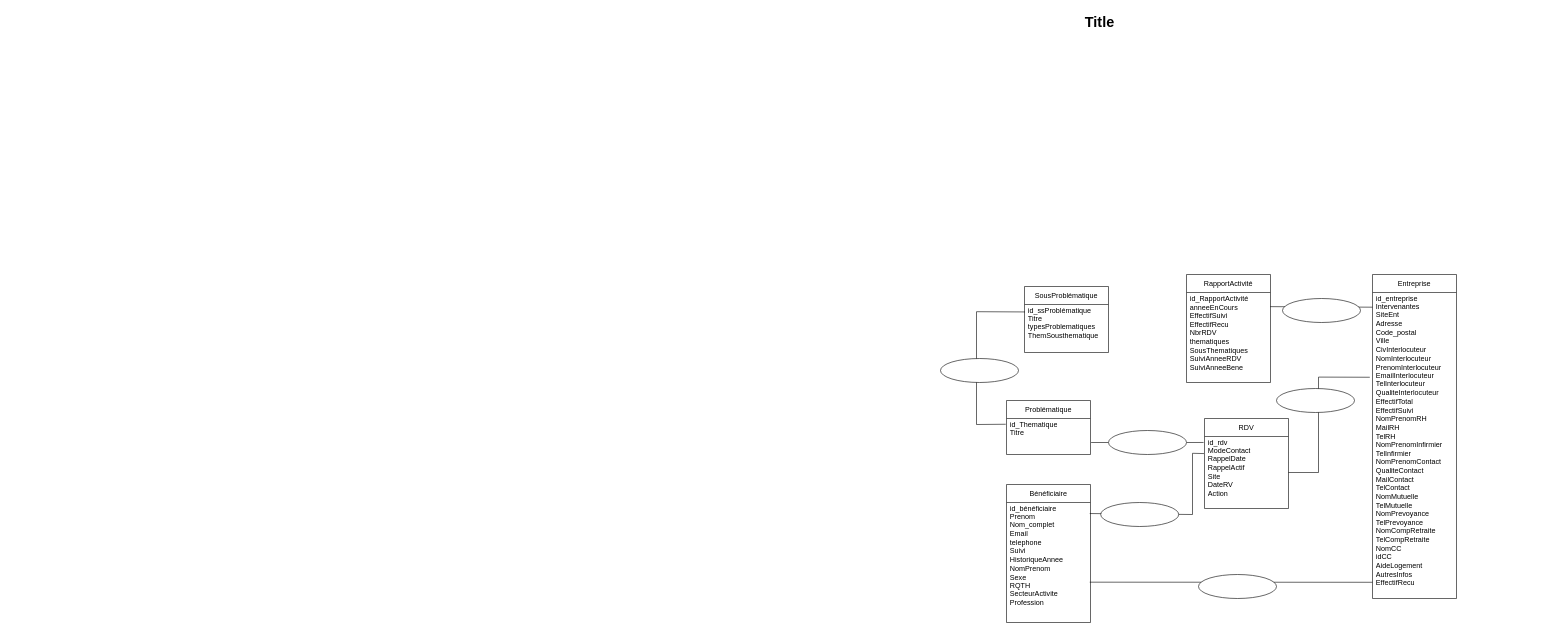
Above: mcd.drawio in lttlekiwi/diagramme (draw.io), before the change. Source tidied: cells renumbered, new cells numbered last; positions are measured from the earlier drawing's top-left corner, leaving out a move shared by most shapes. Both pictures are drawn from the tidied source at 60%, with x=0, y=0 at pixel (646, 10).
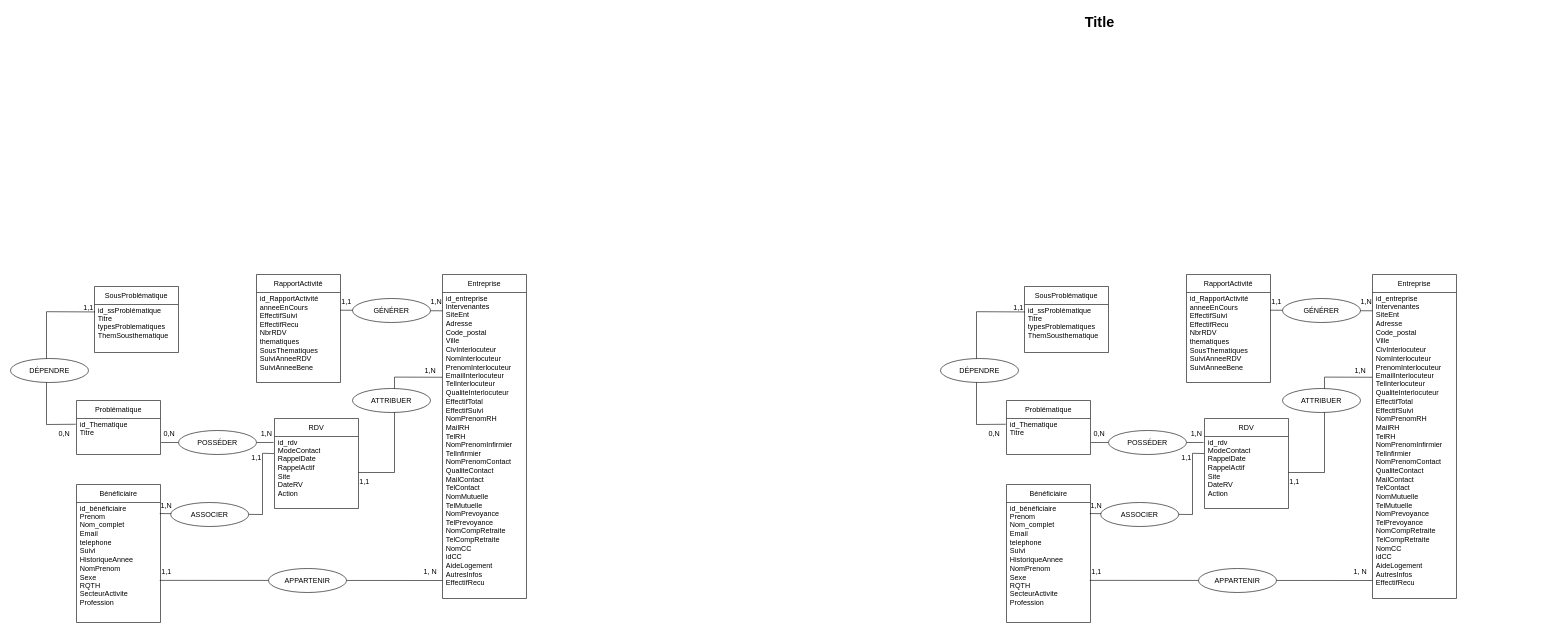
The same page after the edit.

Commit message:
Mettre à jour mcd.drawio

Unchanged cells that the change refers to:
```xml
<mxCell id="4" value="&lt;div&gt;id_rdv&lt;/div&gt;&lt;div&gt;ModeContact&lt;/div&gt;&lt;div&gt;RappelDate&lt;/div&gt;&lt;div&gt;RappelActif&lt;/div&gt;&lt;div&gt;Site&lt;/div&gt;&lt;div&gt;DateRV&lt;/div&gt;&lt;div&gt;Action&lt;/div&gt;&lt;div&gt;&lt;br&gt;&lt;/div&gt;&lt;div&gt;&lt;br&gt;&lt;/div&gt;" style="text;strokeColor=none;fillColor=none;align=left;verticalAlign=middle;spacingLeft=4;spacingRight=4;overflow=hidden;points=[[0,0.5],[1,0.5]];portConstraint=eastwest;whiteSpace=wrap;html=1;" parent="3" vertex="1">
  <mxGeometry y="30" width="140" height="120" as="geometry" />
</mxCell>
<mxCell id="10" value="id_entreprise&lt;div&gt;Intervenantes&lt;/div&gt;&lt;div&gt;SiteEnt&lt;/div&gt;&lt;div&gt;Adresse&lt;/div&gt;&lt;div&gt;Code_postal&lt;/div&gt;&lt;div&gt;Ville&lt;/div&gt;&lt;div&gt;CivInterlocuteur&lt;/div&gt;&lt;div&gt;NomInterlocuteur&lt;/div&gt;&lt;div&gt;PrenomInterlocuteur&lt;/div&gt;&lt;div&gt;&lt;span style=&quot;background-color: initial;&quot;&gt;EmailInterlocuteur&lt;/span&gt;&lt;/div&gt;&lt;div&gt;&lt;span style=&quot;background-color: initial;&quot;&gt;TelInterlocuteur&lt;/span&gt;&lt;/div&gt;&lt;div&gt;QualiteInterlocuteur&lt;/div&gt;&lt;div&gt;EffectifTotal&lt;/div&gt;&lt;div&gt;EffectifSuivi&lt;/div&gt;&lt;div&gt;NomPrenomRH&lt;/div&gt;&lt;div&gt;MailRH&lt;/div&gt;&lt;div&gt;TelRH&lt;/div&gt;&lt;div&gt;NomPrenomInfirmier&lt;/div&gt;&lt;div&gt;TelInfirmier&lt;/div&gt;&lt;div&gt;NomPrenomContact&lt;/div&gt;&lt;div&gt;QualiteContact&lt;/div&gt;&lt;div&gt;MailContact&lt;/div&gt;&lt;div&gt;TelContact&lt;/div&gt;&lt;div&gt;NomMutuelle&lt;/div&gt;&lt;div&gt;TelMutuelle&lt;/div&gt;&lt;div&gt;NomPrevoyance&lt;/div&gt;&lt;div&gt;TelPrevoyance&lt;/div&gt;&lt;div&gt;NomCompRetraite&lt;/div&gt;&lt;div&gt;TelCompRetraite&lt;/div&gt;&lt;div&gt;NomCC&lt;/div&gt;&lt;div&gt;idCC&lt;/div&gt;&lt;div&gt;AideLogement&lt;/div&gt;&lt;div&gt;AutresInfos&lt;/div&gt;&lt;div&gt;EffectifRecu&lt;/div&gt;&lt;div&gt;&lt;br&gt;&lt;/div&gt;&lt;div&gt;&lt;br&gt;&lt;/div&gt;&lt;div&gt;&lt;br&gt;&lt;/div&gt;" style="text;strokeColor=none;fillColor=none;align=left;verticalAlign=middle;spacingLeft=4;spacingRight=4;overflow=hidden;points=[[0,0.5],[1,0.5]];portConstraint=eastwest;whiteSpace=wrap;html=1;" parent="9" vertex="1">
  <mxGeometry y="30" width="140" height="510" as="geometry" />
</mxCell>
<mxCell id="12" value="id_bénéficiaire&lt;div&gt;Prenom&lt;/div&gt;&lt;div&gt;Nom_complet&lt;/div&gt;&lt;div&gt;Email&lt;/div&gt;&lt;div&gt;telephone&lt;/div&gt;&lt;div&gt;Suivi&lt;/div&gt;&lt;div&gt;HistoriqueAnnee&lt;/div&gt;&lt;div&gt;NomPrenom&lt;/div&gt;&lt;div&gt;Sexe&lt;/div&gt;&lt;div&gt;RQTH&lt;/div&gt;&lt;div&gt;SecteurActivite&lt;/div&gt;&lt;div&gt;Profession&lt;/div&gt;&lt;div&gt;&lt;br&gt;&lt;/div&gt;&lt;div&gt;&lt;br&gt;&lt;/div&gt;&lt;div&gt;&lt;br&gt;&lt;/div&gt;" style="text;strokeColor=none;fillColor=none;align=left;verticalAlign=middle;spacingLeft=4;spacingRight=4;overflow=hidden;points=[[0,0.5],[1,0.5]];portConstraint=eastwest;whiteSpace=wrap;html=1;" parent="11" vertex="1">
  <mxGeometry y="30" width="140" height="200" as="geometry" />
</mxCell>
<mxCell id="14" value="id_RapportActivité&lt;div&gt;anneeEnCours&lt;/div&gt;&lt;div&gt;EffectifSuivi&lt;/div&gt;&lt;div&gt;EffectifRecu&lt;/div&gt;&lt;div&gt;NbrRDV&lt;/div&gt;&lt;div&gt;thematiques&lt;/div&gt;&lt;div&gt;SousThematiques&lt;/div&gt;&lt;div&gt;SuiviAnneeRDV&lt;/div&gt;&lt;div&gt;SuiviAnneeBene&lt;/div&gt;&lt;div&gt;&lt;br&gt;&lt;/div&gt;" style="text;strokeColor=none;fillColor=none;align=left;verticalAlign=middle;spacingLeft=4;spacingRight=4;overflow=hidden;points=[[0,0.5],[1,0.5]];portConstraint=eastwest;whiteSpace=wrap;html=1;" parent="13" vertex="1">
  <mxGeometry y="30" width="140" height="150" as="geometry" />
</mxCell>
```

Diff of the diagram source:
```diff
@@
-    <mxCell id="15" style="endArrow=none;html=1;rounded=0;entryX=0.997;entryY=0.157;entryDx=0;entryDy=0;entryPerimeter=0;exitX=0;exitY=0.048;exitDx=0;exitDy=0;exitPerimeter=0;" parent="1" edge="1" source="10" target="14">
-      <mxGeometry relative="1" as="geometry" />
+    <mxCell id="15" style="endArrow=none;html=1;rounded=0;entryX=0.997;entryY=0.157;entryDx=0;entryDy=0;entryPerimeter=0;exitX=0;exitY=0.048;exitDx=0;exitDy=0;exitPerimeter=0;" parent="1" edge="1">
+      <mxGeometry relative="1" as="geometry">
+        <mxPoint x="1210" y="500.5" as="sourcePoint" />
+        <mxPoint x="1039.6" y="499.5" as="targetPoint" />
+      </mxGeometry>
     </mxCell>
-    <mxCell id="16" style="endArrow=none;html=1;rounded=0;entryX=0;entryY=0.947;entryDx=0;entryDy=0;entryPerimeter=0;exitX=0.991;exitY=0.664;exitDx=0;exitDy=0;exitPerimeter=0;" parent="1" edge="1" source="12" target="10">
-      <mxGeometry relative="1" as="geometry" />
+    <mxCell id="16" style="endArrow=none;html=1;rounded=0;entryX=0;entryY=0.947;entryDx=0;entryDy=0;entryPerimeter=0;exitX=0.991;exitY=0.664;exitDx=0;exitDy=0;exitPerimeter=0;" parent="1" edge="1">
+      <mxGeometry relative="1" as="geometry">
+        <mxPoint x="738.7" y="949.8" as="sourcePoint" />
+        <mxPoint x="1210" y="950" as="targetPoint" />
+      </mxGeometry>
     </mxCell>
@@
-    <mxCell id="20" style="endArrow=none;html=1;rounded=0;entryX=-0.032;entryY=0.277;entryDx=0;entryDy=0;entryPerimeter=0;exitX=1;exitY=0.5;exitDx=0;exitDy=0;" parent="1" edge="1" source="4" target="10">
+    <mxCell id="20" style="endArrow=none;html=1;rounded=0;entryX=-0.004;entryY=0.277;entryDx=0;entryDy=0;entryPerimeter=0;exitX=1;exitY=0.5;exitDx=0;exitDy=0;" parent="1" edge="1" source="4" target="10">
       <mxGeometry relative="1" as="geometry">
         <Array as="points">
-          <mxPoint x="1120" y="770" />
-          <mxPoint x="1120" y="611" />
+          <mxPoint x="1130" y="770" />
+          <mxPoint x="1130" y="611" />
         </Array>
       </mxGeometry>
     </mxCell>
-    <mxCell id="21" style="ellipse;whiteSpace=wrap;html=1;" parent="1" vertex="1">
+    <mxCell id="21" value="DÉPENDRE" style="ellipse;whiteSpace=wrap;html=1;" parent="1" vertex="1">
       <mxGeometry x="490" y="580" width="130" height="40" as="geometry" />
     </mxCell>
-    <mxCell id="22" style="ellipse;whiteSpace=wrap;html=1;" parent="1" vertex="1">
+    <mxCell id="22" value="GÉNÉRER" style="ellipse;whiteSpace=wrap;html=1;" parent="1" vertex="1">
       <mxGeometry x="1060" y="480" width="130" height="40" as="geometry" />
     </mxCell>
-    <mxCell id="23" style="ellipse;whiteSpace=wrap;html=1;" parent="1" vertex="1">
-      <mxGeometry x="1050" y="630" width="130" height="40" as="geometry" />
+    <mxCell id="23" value="ATTRIBUER" style="ellipse;whiteSpace=wrap;html=1;" parent="1" vertex="1">
+      <mxGeometry x="1060" y="630" width="130" height="40" as="geometry" />
     </mxCell>
-    <mxCell id="24" style="ellipse;whiteSpace=wrap;html=1;" parent="1" vertex="1">
-      <mxGeometry x="920" y="940" width="130" height="40" as="geometry" />
+    <mxCell id="24" value="APPARTENIR" style="ellipse;whiteSpace=wrap;html=1;" parent="1" vertex="1">
+      <mxGeometry x="920" y="930" width="130" height="40" as="geometry" />
     </mxCell>
-    <mxCell id="25" style="ellipse;whiteSpace=wrap;html=1;" parent="1" vertex="1">
+    <mxCell id="25" value="ASSOCIER" style="ellipse;whiteSpace=wrap;html=1;" parent="1" vertex="1">
       <mxGeometry x="757" y="820" width="130" height="40" as="geometry" />
     </mxCell>
@@
-    <mxCell id="27" style="ellipse;whiteSpace=wrap;html=1;" parent="1" vertex="1">
+    <mxCell id="27" value="POSSÉDER" style="ellipse;whiteSpace=wrap;html=1;" parent="1" vertex="1">
       <mxGeometry x="770" y="700" width="130" height="40" as="geometry" />
     </mxCell>
+    <mxCell id="28" value="1,1" style="text;html=1;align=center;verticalAlign=middle;whiteSpace=wrap;rounded=0;" parent="1" vertex="1">
+      <mxGeometry x="1020" y="470" width="60" height="30" as="geometry" />
+    </mxCell>
+    <mxCell id="29" value="1,N" style="text;html=1;align=center;verticalAlign=middle;whiteSpace=wrap;rounded=0;" parent="1" vertex="1">
+      <mxGeometry x="1170" y="470" width="60" height="30" as="geometry" />
+    </mxCell>
+    <mxCell id="30" value="1,N" style="text;html=1;align=center;verticalAlign=middle;whiteSpace=wrap;rounded=0;" parent="1" vertex="1">
+      <mxGeometry x="1160" y="585" width="60" height="30" as="geometry" />
+    </mxCell>
+    <mxCell id="31" value="1, N" style="text;html=1;align=center;verticalAlign=middle;whiteSpace=wrap;rounded=0;" parent="1" vertex="1">
+      <mxGeometry x="1160" y="920" width="60" height="30" as="geometry" />
+    </mxCell>
+    <mxCell id="32" value="1,1" style="text;html=1;align=center;verticalAlign=middle;whiteSpace=wrap;rounded=0;" parent="1" vertex="1">
+      <mxGeometry x="720" y="920" width="60" height="30" as="geometry" />
+    </mxCell>
+    <mxCell id="33" value="1,N" style="text;html=1;align=center;verticalAlign=middle;whiteSpace=wrap;rounded=0;" parent="1" vertex="1">
+      <mxGeometry x="720" y="810" width="60" height="30" as="geometry" />
+    </mxCell>
+    <mxCell id="34" value="1,1" style="text;html=1;align=center;verticalAlign=middle;whiteSpace=wrap;rounded=0;" parent="1" vertex="1">
+      <mxGeometry x="870" y="730" width="60" height="30" as="geometry" />
+    </mxCell>
+    <mxCell id="35" value="1,N" style="text;html=1;align=center;verticalAlign=middle;whiteSpace=wrap;rounded=0;" parent="1" vertex="1">
+      <mxGeometry x="887" y="690" width="60" height="30" as="geometry" />
+    </mxCell>
+    <mxCell id="36" value="0,N" style="text;html=1;align=center;verticalAlign=middle;whiteSpace=wrap;rounded=0;" parent="1" vertex="1">
+      <mxGeometry x="725" y="690" width="60" height="30" as="geometry" />
+    </mxCell>
+    <mxCell id="37" value="1,1" style="text;html=1;align=center;verticalAlign=middle;whiteSpace=wrap;rounded=0;" parent="1" vertex="1">
+      <mxGeometry x="590" y="480" width="60" height="30" as="geometry" />
+    </mxCell>
+    <mxCell id="38" value="0,N" style="text;html=1;align=center;verticalAlign=middle;whiteSpace=wrap;rounded=0;" parent="1" vertex="1">
+      <mxGeometry x="550" y="690" width="60" height="30" as="geometry" />
+    </mxCell>
+    <mxCell id="39" value="1,1" style="text;html=1;align=center;verticalAlign=middle;whiteSpace=wrap;rounded=0;" parent="1" vertex="1">
+      <mxGeometry x="1050" y="770" width="60" height="30" as="geometry" />
+    </mxCell>
+    <mxCell id="40" value="RDV" style="swimlane;fontStyle=0;horizontal=1;startSize=30;whiteSpace=wrap;html=1;" parent="1" vertex="1">
+      <mxGeometry x="-620" y="680" width="140" height="150" as="geometry" />
+    </mxCell>
+    <mxCell id="41" value="&lt;div&gt;id_rdv&lt;/div&gt;&lt;div&gt;ModeContact&lt;/div&gt;&lt;div&gt;RappelDate&lt;/div&gt;&lt;div&gt;RappelActif&lt;/div&gt;&lt;div&gt;Site&lt;/div&gt;&lt;div&gt;DateRV&lt;/div&gt;&lt;div&gt;Action&lt;/div&gt;&lt;div&gt;&lt;br&gt;&lt;/div&gt;&lt;div&gt;&lt;br&gt;&lt;/div&gt;" style="text;strokeColor=none;fillColor=none;align=left;verticalAlign=middle;spacingLeft=4;spacingRight=4;overflow=hidden;points=[[0,0.5],[1,0.5]];portConstraint=eastwest;whiteSpace=wrap;html=1;" parent="40" vertex="1">
+      <mxGeometry y="30" width="140" height="120" as="geometry" />
+    </mxCell>
+    <mxCell id="42" value="SousProblématique" style="swimlane;fontStyle=0;horizontal=1;startSize=30;whiteSpace=wrap;html=1;" parent="1" vertex="1">
+      <mxGeometry x="-920" y="460" width="140" height="110" as="geometry" />
+    </mxCell>
+    <mxCell id="43" value="id_ssProblématique&lt;div&gt;Titre&lt;br&gt;&lt;div&gt;typesProblematiques&lt;/div&gt;&lt;div&gt;ThemSousthematique&lt;/div&gt;&lt;/div&gt;&lt;div&gt;&lt;br&gt;&lt;/div&gt;&lt;div&gt;&lt;br&gt;&lt;/div&gt;" style="text;strokeColor=none;fillColor=none;align=left;verticalAlign=middle;spacingLeft=4;spacingRight=4;overflow=hidden;points=[[0,0.5],[1,0.5]];portConstraint=eastwest;whiteSpace=wrap;html=1;" parent="42" vertex="1">
+      <mxGeometry y="30" width="140" height="80" as="geometry" />
+    </mxCell>
+    <mxCell id="44" value="Problématique" style="swimlane;fontStyle=0;horizontal=1;startSize=30;whiteSpace=wrap;html=1;" parent="1" vertex="1">
+      <mxGeometry x="-950" y="650" width="140" height="90" as="geometry" />
+    </mxCell>
+    <mxCell id="45" value="id_Thematique&lt;div&gt;Titre&lt;/div&gt;&lt;div&gt;&lt;br&gt;&lt;/div&gt;&lt;div&gt;&lt;br&gt;&lt;/div&gt;" style="text;strokeColor=none;fillColor=none;align=left;verticalAlign=middle;spacingLeft=4;spacingRight=4;overflow=hidden;points=[[0,0.5],[1,0.5]];portConstraint=eastwest;whiteSpace=wrap;html=1;" parent="44" vertex="1">
+      <mxGeometry y="30" width="140" height="60" as="geometry" />
+    </mxCell>
+    <mxCell id="46" value="Entreprise" style="swimlane;fontStyle=0;horizontal=1;startSize=30;whiteSpace=wrap;html=1;" parent="1" vertex="1">
+      <mxGeometry x="-340" y="440" width="140" height="540" as="geometry" />
+    </mxCell>
+    <mxCell id="47" value="id_entreprise&lt;div&gt;Intervenantes&lt;/div&gt;&lt;div&gt;SiteEnt&lt;/div&gt;&lt;div&gt;Adresse&lt;/div&gt;&lt;div&gt;Code_postal&lt;/div&gt;&lt;div&gt;Ville&lt;/div&gt;&lt;div&gt;CivInterlocuteur&lt;/div&gt;&lt;div&gt;NomInterlocuteur&lt;/div&gt;&lt;div&gt;PrenomInterlocuteur&lt;/div&gt;&lt;div&gt;&lt;span style=&quot;background-color: initial;&quot;&gt;EmailInterlocuteur&lt;/span&gt;&lt;/div&gt;&lt;div&gt;&lt;span style=&quot;background-color: initial;&quot;&gt;TelInterlocuteur&lt;/span&gt;&lt;/div&gt;&lt;div&gt;QualiteInterlocuteur&lt;/div&gt;&lt;div&gt;EffectifTotal&lt;/div&gt;&lt;div&gt;EffectifSuivi&lt;/div&gt;&lt;div&gt;NomPrenomRH&lt;/div&gt;&lt;div&gt;MailRH&lt;/div&gt;&lt;div&gt;TelRH&lt;/div&gt;&lt;div&gt;NomPrenomInfirmier&lt;/div&gt;&lt;div&gt;TelInfirmier&lt;/div&gt;&lt;div&gt;NomPrenomContact&lt;/div&gt;&lt;div&gt;QualiteContact&lt;/div&gt;&lt;div&gt;MailContact&lt;/div&gt;&lt;div&gt;TelContact&lt;/div&gt;&lt;div&gt;NomMutuelle&lt;/div&gt;&lt;div&gt;TelMutuelle&lt;/div&gt;&lt;div&gt;NomPrevoyance&lt;/div&gt;&lt;div&gt;TelPrevoyance&lt;/div&gt;&lt;div&gt;NomCompRetraite&lt;/div&gt;&lt;div&gt;TelCompRetraite&lt;/div&gt;&lt;div&gt;NomCC&lt;/div&gt;&lt;div&gt;idCC&lt;/div&gt;&lt;div&gt;AideLogement&lt;/div&gt;&lt;div&gt;AutresInfos&lt;/div&gt;&lt;div&gt;EffectifRecu&lt;/div&gt;&lt;div&gt;&lt;br&gt;&lt;/div&gt;&lt;div&gt;&lt;br&gt;&lt;/div&gt;&lt;div&gt;&lt;br&gt;&lt;/div&gt;" style="text;strokeColor=none;fillColor=none;align=left;verticalAlign=middle;spacingLeft=4;spacingRight=4;overflow=hidden;points=[[0,0.5],[1,0.5]];portConstraint=eastwest;whiteSpace=wrap;html=1;" parent="46" vertex="1">
+      <mxGeometry y="30" width="140" height="510" as="geometry" />
+    </mxCell>
+    <mxCell id="48" value="Bénéficiaire" style="swimlane;fontStyle=0;horizontal=1;startSize=30;whiteSpace=wrap;html=1;" parent="1" vertex="1">
+      <mxGeometry x="-950" y="790" width="140" height="230" as="geometry" />
+    </mxCell>
+    <mxCell id="49" value="id_bénéficiaire&lt;div&gt;Prenom&lt;/div&gt;&lt;div&gt;Nom_complet&lt;/div&gt;&lt;div&gt;Email&lt;/div&gt;&lt;div&gt;telephone&lt;/div&gt;&lt;div&gt;Suivi&lt;/div&gt;&lt;div&gt;HistoriqueAnnee&lt;/div&gt;&lt;div&gt;NomPrenom&lt;/div&gt;&lt;div&gt;Sexe&lt;/div&gt;&lt;div&gt;RQTH&lt;/div&gt;&lt;div&gt;SecteurActivite&lt;/div&gt;&lt;div&gt;Profession&lt;/div&gt;&lt;div&gt;&lt;br&gt;&lt;/div&gt;&lt;div&gt;&lt;br&gt;&lt;/div&gt;&lt;div&gt;&lt;br&gt;&lt;/div&gt;" style="text;strokeColor=none;fillColor=none;align=left;verticalAlign=middle;spacingLeft=4;spacingRight=4;overflow=hidden;points=[[0,0.5],[1,0.5]];portConstraint=eastwest;whiteSpace=wrap;html=1;" parent="48" vertex="1">
+      <mxGeometry y="30" width="140" height="200" as="geometry" />
+    </mxCell>
+    <mxCell id="50" value="RapportActivité" style="swimlane;fontStyle=0;horizontal=1;startSize=30;whiteSpace=wrap;html=1;" parent="1" vertex="1">
+      <mxGeometry x="-650" y="440" width="140" height="180" as="geometry" />
+    </mxCell>
+    <mxCell id="51" value="id_RapportActivité&lt;div&gt;anneeEnCours&lt;/div&gt;&lt;div&gt;EffectifSuivi&lt;/div&gt;&lt;div&gt;EffectifRecu&lt;/div&gt;&lt;div&gt;NbrRDV&lt;/div&gt;&lt;div&gt;thematiques&lt;/div&gt;&lt;div&gt;SousThematiques&lt;/div&gt;&lt;div&gt;SuiviAnneeRDV&lt;/div&gt;&lt;div&gt;SuiviAnneeBene&lt;/div&gt;&lt;div&gt;&lt;br&gt;&lt;/div&gt;" style="text;strokeColor=none;fillColor=none;align=left;verticalAlign=middle;spacingLeft=4;spacingRight=4;overflow=hidden;whiteSpace=wrap;html=1;" parent="50" vertex="1">
+      <mxGeometry y="30" width="140" height="150" as="geometry" />
+    </mxCell>
+    <mxCell id="52" style="endArrow=none;html=1;rounded=0;entryX=0.997;entryY=0.157;entryDx=0;entryDy=0;entryPerimeter=0;exitX=0;exitY=0.048;exitDx=0;exitDy=0;exitPerimeter=0;" parent="1" edge="1">
+      <mxGeometry relative="1" as="geometry">
+        <mxPoint x="-340" y="500.5" as="sourcePoint" />
+        <mxPoint x="-510.4" y="499.5" as="targetPoint" />
+        <Array as="points">
+          <mxPoint x="-430" y="500" />
+        </Array>
+      </mxGeometry>
+    </mxCell>
+    <mxCell id="53" style="endArrow=none;html=1;rounded=0;entryX=0;entryY=0.947;entryDx=0;entryDy=0;entryPerimeter=0;exitX=0.991;exitY=0.664;exitDx=0;exitDy=0;exitPerimeter=0;" parent="1" edge="1">
+      <mxGeometry relative="1" as="geometry">
+        <mxPoint x="-811.3" y="949.8" as="sourcePoint" />
+        <mxPoint x="-340" y="950" as="targetPoint" />
+      </mxGeometry>
+    </mxCell>
+    <mxCell id="54" style="endArrow=none;html=1;rounded=0;exitX=1;exitY=0.5;exitDx=0;exitDy=0;entryX=-0.011;entryY=0.083;entryDx=0;entryDy=0;entryPerimeter=0;" parent="1" edge="1" source="64" target="41">
+      <mxGeometry relative="1" as="geometry" />
+    </mxCell>
+    <mxCell id="55" style="endArrow=none;html=1;rounded=0;exitX=0.006;exitY=0.155;exitDx=0;exitDy=0;exitPerimeter=0;entryX=-0.009;entryY=0.16;entryDx=0;entryDy=0;entryPerimeter=0;" parent="1" edge="1" source="43" target="45">
+      <mxGeometry relative="1" as="geometry">
+        <Array as="points">
+          <mxPoint x="-1000" y="502" />
+          <mxPoint x="-1000" y="690" />
+        </Array>
+      </mxGeometry>
+    </mxCell>
+    <mxCell id="56" style="endArrow=none;html=1;rounded=0;exitX=0.991;exitY=0.092;exitDx=0;exitDy=0;exitPerimeter=0;entryX=-0.006;entryY=0.237;entryDx=0;entryDy=0;entryPerimeter=0;" parent="1" edge="1" source="49" target="41">
+      <mxGeometry relative="1" as="geometry">
+        <Array as="points">
+          <mxPoint x="-640" y="840" />
+          <mxPoint x="-640" y="738" />
+        </Array>
+      </mxGeometry>
+    </mxCell>
+    <mxCell id="57" style="endArrow=none;html=1;rounded=0;entryX=-0.004;entryY=0.277;entryDx=0;entryDy=0;entryPerimeter=0;exitX=1;exitY=0.5;exitDx=0;exitDy=0;" parent="1" edge="1" source="41" target="47">
+      <mxGeometry relative="1" as="geometry">
+        <Array as="points">
+          <mxPoint x="-420" y="770" />
+          <mxPoint x="-420" y="611" />
+        </Array>
+      </mxGeometry>
+    </mxCell>
+    <mxCell id="58" value="DÉPENDRE" style="ellipse;whiteSpace=wrap;html=1;" parent="1" vertex="1">
+      <mxGeometry x="-1060" y="580" width="130" height="40" as="geometry" />
+    </mxCell>
+    <mxCell id="59" value="GÉNÉRER" style="ellipse;whiteSpace=wrap;html=1;" parent="1" vertex="1">
+      <mxGeometry x="-490" y="480" width="130" height="40" as="geometry" />
+    </mxCell>
+    <mxCell id="60" value="ATTRIBUER" style="ellipse;whiteSpace=wrap;html=1;" parent="1" vertex="1">
+      <mxGeometry x="-490" y="630" width="130" height="40" as="geometry" />
+    </mxCell>
+    <mxCell id="61" value="APPARTENIR" style="ellipse;whiteSpace=wrap;html=1;" parent="1" vertex="1">
+      <mxGeometry x="-630" y="930" width="130" height="40" as="geometry" />
+    </mxCell>
+    <mxCell id="62" value="ASSOCIER" style="ellipse;whiteSpace=wrap;html=1;" parent="1" vertex="1">
+      <mxGeometry x="-793" y="820" width="130" height="40" as="geometry" />
+    </mxCell>
+    <mxCell id="63" style="endArrow=none;html=1;rounded=0;entryX=0;entryY=0.5;entryDx=0;entryDy=0;" parent="1" edge="1" target="64">
+      <mxGeometry relative="1" as="geometry">
+        <mxPoint x="-809" y="720" as="sourcePoint" />
+      </mxGeometry>
+    </mxCell>
+    <mxCell id="64" value="POSSÉDER" style="ellipse;whiteSpace=wrap;html=1;" parent="1" vertex="1">
+      <mxGeometry x="-780" y="700" width="130" height="40" as="geometry" />
+    </mxCell>
+    <mxCell id="65" value="1,1" style="text;html=1;align=center;verticalAlign=middle;whiteSpace=wrap;rounded=0;" parent="1" vertex="1">
+      <mxGeometry x="-530" y="470" width="60" height="30" as="geometry" />
+    </mxCell>
+    <mxCell id="66" value="1,N" style="text;html=1;align=center;verticalAlign=middle;whiteSpace=wrap;rounded=0;" parent="1" vertex="1">
+      <mxGeometry x="-380" y="470" width="60" height="30" as="geometry" />
+    </mxCell>
+    <mxCell id="67" value="1,N" style="text;html=1;align=center;verticalAlign=middle;whiteSpace=wrap;rounded=0;" parent="1" vertex="1">
+      <mxGeometry x="-390" y="585" width="60" height="30" as="geometry" />
+    </mxCell>
+    <mxCell id="68" value="1, N" style="text;html=1;align=center;verticalAlign=middle;whiteSpace=wrap;rounded=0;" parent="1" vertex="1">
+      <mxGeometry x="-390" y="920" width="60" height="30" as="geometry" />
+    </mxCell>
+    <mxCell id="69" value="1,1" style="text;html=1;align=center;verticalAlign=middle;whiteSpace=wrap;rounded=0;" parent="1" vertex="1">
+      <mxGeometry x="-830" y="920" width="60" height="30" as="geometry" />
+    </mxCell>
+    <mxCell id="70" value="1,N" style="text;html=1;align=center;verticalAlign=middle;whiteSpace=wrap;rounded=0;" parent="1" vertex="1">
+      <mxGeometry x="-830" y="810" width="60" height="30" as="geometry" />
+    </mxCell>
+    <mxCell id="71" value="1,1" style="text;html=1;align=center;verticalAlign=middle;whiteSpace=wrap;rounded=0;" parent="1" vertex="1">
+      <mxGeometry x="-680" y="730" width="60" height="30" as="geometry" />
+    </mxCell>
+    <mxCell id="72" value="1,N" style="text;html=1;align=center;verticalAlign=middle;whiteSpace=wrap;rounded=0;" parent="1" vertex="1">
+      <mxGeometry x="-663" y="690" width="60" height="30" as="geometry" />
+    </mxCell>
+    <mxCell id="73" value="0,N" style="text;html=1;align=center;verticalAlign=middle;whiteSpace=wrap;rounded=0;" parent="1" vertex="1">
+      <mxGeometry x="-825" y="690" width="60" height="30" as="geometry" />
+    </mxCell>
+    <mxCell id="74" value="1,1" style="text;html=1;align=center;verticalAlign=middle;whiteSpace=wrap;rounded=0;" parent="1" vertex="1">
+      <mxGeometry x="-960" y="480" width="60" height="30" as="geometry" />
+    </mxCell>
+    <mxCell id="75" value="0,N" style="text;html=1;align=center;verticalAlign=middle;whiteSpace=wrap;rounded=0;" parent="1" vertex="1">
+      <mxGeometry x="-1000" y="690" width="60" height="30" as="geometry" />
+    </mxCell>
+    <mxCell id="76" value="1,1" style="text;html=1;align=center;verticalAlign=middle;whiteSpace=wrap;rounded=0;" parent="1" vertex="1">
+      <mxGeometry x="-500" y="770" width="60" height="30" as="geometry" />
+    </mxCell>
```
